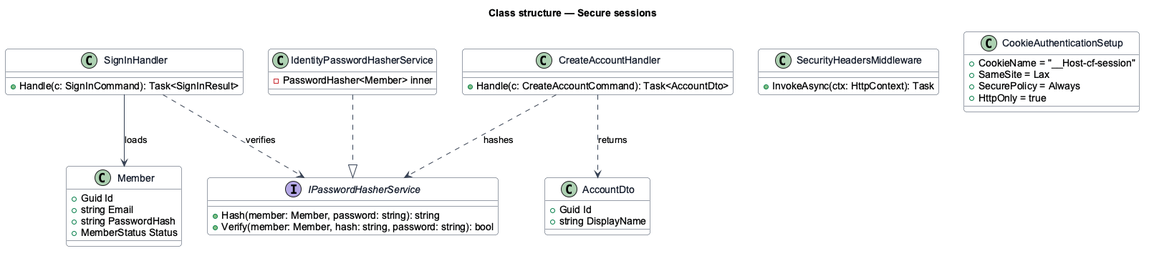
Above: docs/detailed-designs/security/secure-sessions/diagrams/class.png in QuinntyneBrown/christian-fitness (PlantUML), before the change.
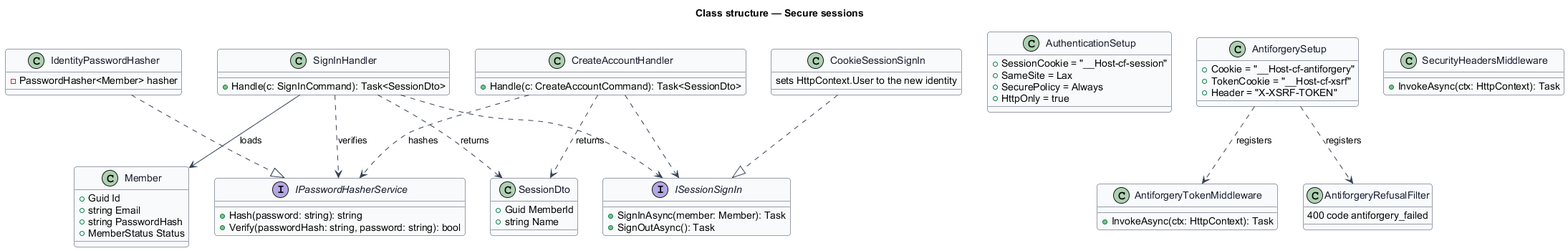
Later version of the same file.

The edit, as a diff of the source:
```diff
@@ -18,34 +18,58 @@
   +MemberStatus Status
 }
 interface IPasswordHasherService {
-  +Hash(member: Member, password: string): string
-  +Verify(member: Member, hash: string, password: string): bool
+  +Hash(password: string): string
+  +Verify(passwordHash: string, password: string): bool
 }
-class IdentityPasswordHasherService {
-  -PasswordHasher<Member> inner
+class IdentityPasswordHasher {
+  -PasswordHasher<Member> hasher
+}
+interface ISessionSignIn {
+  +SignInAsync(member: Member): Task
+  +SignOutAsync(): Task
+}
+class CookieSessionSignIn {
+  sets HttpContext.User to the new identity
 }
 class SignInHandler {
-  +Handle(c: SignInCommand): Task<SignInResult>
+  +Handle(c: SignInCommand): Task<SessionDto>
 }
 class CreateAccountHandler {
-  +Handle(c: CreateAccountCommand): Task<AccountDto>
+  +Handle(c: CreateAccountCommand): Task<SessionDto>
 }
-class AccountDto {
-  +Guid Id
-  +string DisplayName
+class SessionDto {
+  +Guid MemberId
+  +string Name
+}
+class AuthenticationSetup {
+  +SessionCookie = "__Host-cf-session"
+  +SameSite = Lax
+  +SecurePolicy = Always
+  +HttpOnly = true
+}
+class AntiforgerySetup {
+  +Cookie = "__Host-cf-antiforgery"
+  +TokenCookie = "__Host-cf-xsrf"
+  +Header = "X-XSRF-TOKEN"
+}
+class AntiforgeryTokenMiddleware {
+  +InvokeAsync(ctx: HttpContext): Task
+}
+class AntiforgeryRefusalFilter {
+  400 code antiforgery_failed
 }
 class SecurityHeadersMiddleware {
   +InvokeAsync(ctx: HttpContext): Task
 }
-class CookieAuthenticationSetup {
-  +CookieName = "__Host-cf-session"
-  +SameSite = Lax
-  +SecurePolicy = Always
-  +HttpOnly = true
-}
-IdentityPasswordHasherService ..|> IPasswordHasherService
+IdentityPasswordHasher ..|> IPasswordHasherService
+CookieSessionSignIn ..|> ISessionSignIn
 SignInHandler ..> IPasswordHasherService : verifies
 CreateAccountHandler ..> IPasswordHasherService : hashes
-CreateAccountHandler ..> AccountDto : returns
+SignInHandler ..> ISessionSignIn
+CreateAccountHandler ..> ISessionSignIn
+SignInHandler ..> SessionDto : returns
+CreateAccountHandler ..> SessionDto : returns
 SignInHandler --> Member : loads
+AntiforgerySetup ..> AntiforgeryTokenMiddleware : registers
+AntiforgerySetup ..> AntiforgeryRefusalFilter : registers
 @enduml
```
